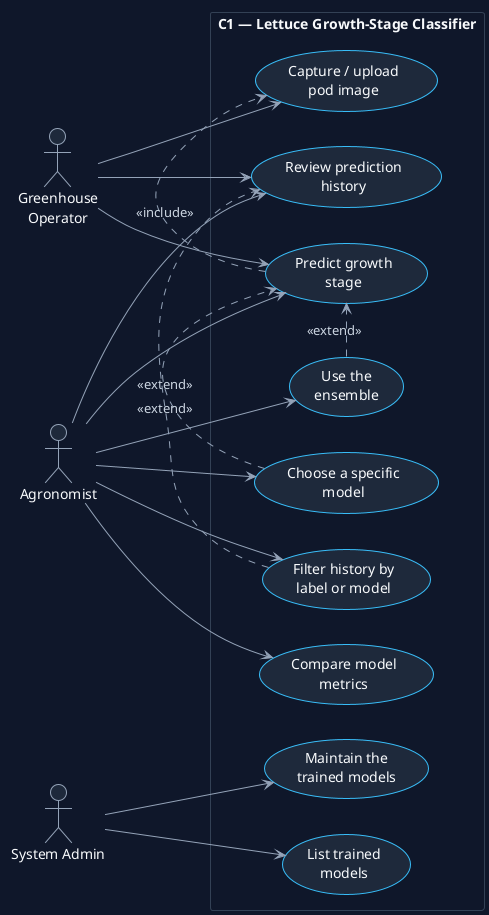
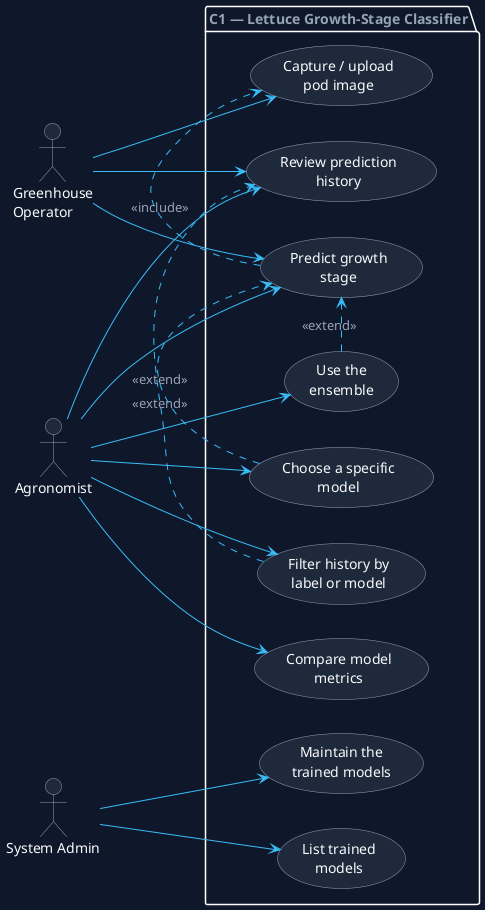
- @startuml
- !theme plain
+ @startuml 01_use_cases
+ ' Figure 1 — Use Case Diagram (UML)
+ ' Component: C1 Lettuce Growth-Stage Classifier
+ ' Actors: Operator, Agronomist, System Admin
+ 
skinparam backgroundColor #0F172A
- skinparam defaultTextAlignment center
skinparam shadowing false
+ skinparam defaultFontName "Fira Sans"
+ skinparam defaultFontColor #F8FAFC

skinparam actor {
+   BorderColor #94A3B8
  BackgroundColor #1E293B
-   BorderColor #94A3B8
  FontColor #F8FAFC
}
skinparam usecase {
+   BorderColor #94A3B8
  BackgroundColor #1E293B
-   BorderColor #38BDF8
  FontColor #F8FAFC
-   ArrowColor #94A3B8
+   ArrowColor #38BDF8
}
- skinparam ArrowColor #94A3B8
- skinparam ArrowFontColor #CBD5E1
- skinparam rectangle {
+ skinparam ArrowColor #38BDF8
+ skinparam ArrowFontColor #94A3B8
+ skinparam ArrowFontName "Fira Code"
+ skinparam package {
+   BorderColor rgba(148,163,184,0.30)
  BackgroundColor #0F172A
-   BorderColor #334155
-   FontColor #F8FAFC
+   FontColor #94A3B8
}
+ skinparam noteFontColor #94A3B8
+ skinparam noteBackgroundColor #1E293B
+ skinparam noteBorderColor rgba(148,163,184,0.30)

left to right direction

actor "Greenhouse\nOperator" as Op
actor "Agronomist" as Agro
actor "System Admin" as Admin

- rectangle "C1 — Lettuce Growth-Stage Classifier" {
+ package "C1 — Lettuce Growth-Stage Classifier" {
  usecase "Capture / upload\npod image" as UC1
  usecase "Predict growth\nstage" as UC2
  usecase "Choose a specific\nmodel" as UC3
  usecase "Use the\nensemble" as UC4
  usecase "Review prediction\nhistory" as UC5
  usecase "Filter history by\nlabel or model" as UC6
  usecase "Compare model\nmetrics" as UC7
  usecase "List trained\nmodels" as UC8
  usecase "Maintain the\ntrained models" as UC9
}

Op --> UC1
Op --> UC2
Op --> UC5

Agro --> UC2
Agro --> UC3
Agro --> UC4
Agro --> UC5
Agro --> UC6
Agro --> UC7

Admin --> UC8
Admin --> UC9

UC2 .> UC1 : <<include>>
UC4 .> UC2 : <<extend>>
UC3 .> UC2 : <<extend>>
UC6 .> UC5 : <<extend>>
@enduml
